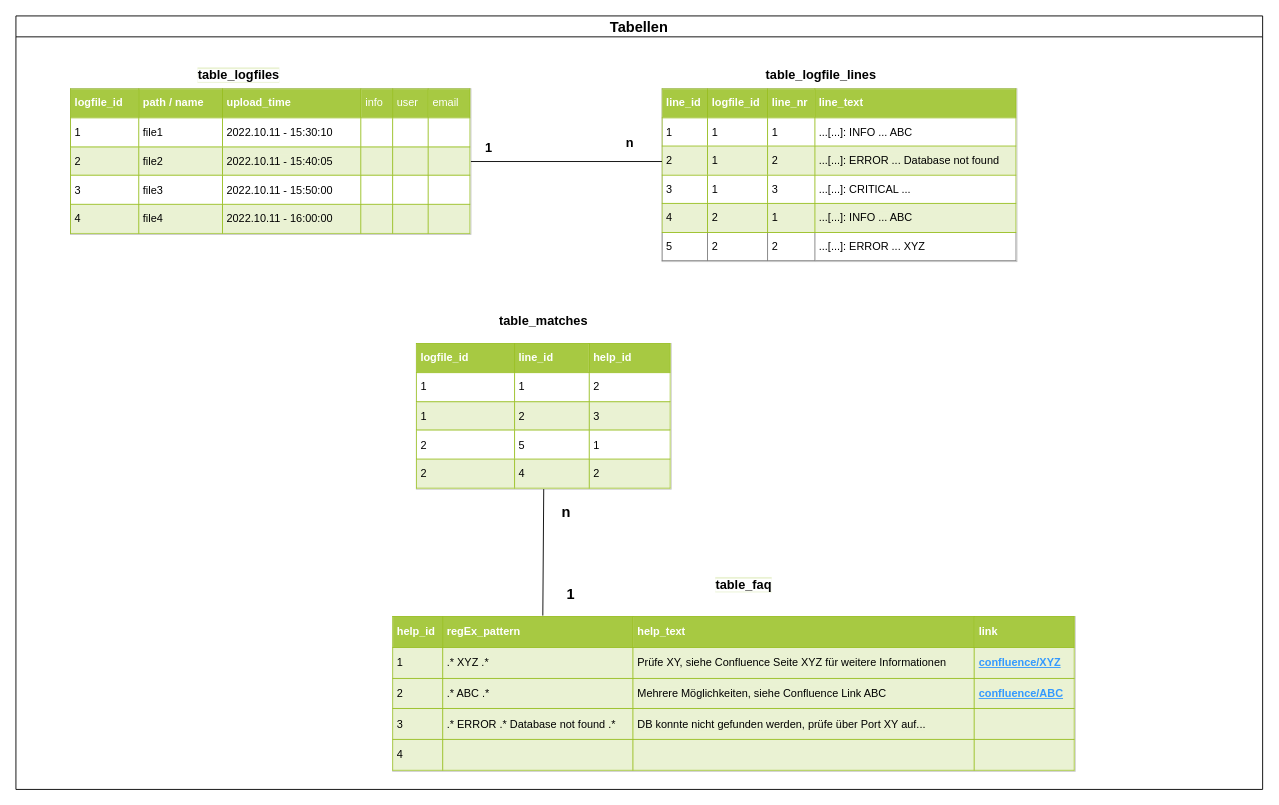
The draw.io diagram docs/drawio/LogFileAnalyzer - Tabellen.drawio in KevinSo91/CL_Task_FileUploader, before the edit. Source tidied: cells renumbered, new cells numbered last; positions are measured from the earlier drawing's top-left corner, leaving out a move shared by most shapes. Both pictures are drawn from the tidied source at 91%, with x=0, y=0 at pixel (15, 15).
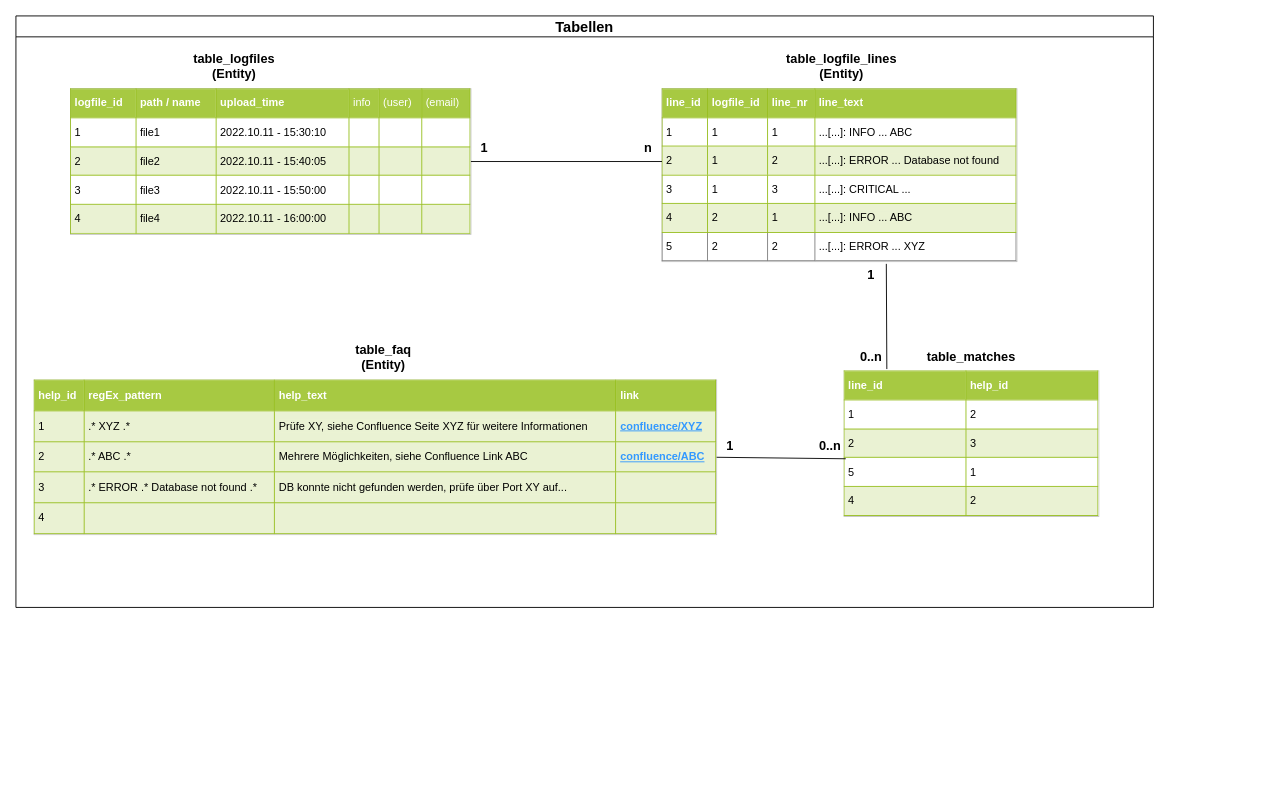
The same page after the edit.

What changed in the source:
```diff
@@
 <mxGraphModel>
   <root>
     <mxCell id="0" />
     <mxCell id="1" parent="0" />
     <mxCell id="2" value="Tabellen" style="swimlane;fontSize=16;" parent="1" vertex="1">
-      <mxGeometry width="1370" height="850" as="geometry" />
+      <mxGeometry width="1250" height="650" as="geometry" />
     </mxCell>
-    <mxCell id="3" value="&lt;table border=&quot;1&quot; width=&quot;100%&quot; height=&quot;100%&quot; cellpadding=&quot;4&quot; style=&quot;width:100%;height:100%;border-collapse:collapse;&quot;&gt;&lt;tbody&gt;&lt;tr style=&quot;background-color:#A7C942;color:#ffffff;border:1px solid #98bf21;&quot;&gt;&lt;th align=&quot;left&quot;&gt;logfile_id&lt;/th&gt;&lt;th align=&quot;left&quot;&gt;path / name&lt;/th&gt;&lt;th align=&quot;left&quot;&gt;upload_time&lt;/th&gt;&lt;td&gt;info&lt;/td&gt;&lt;td&gt;user&lt;/td&gt;&lt;td&gt;email&lt;/td&gt;&lt;/tr&gt;&lt;tr style=&quot;border:1px solid #98bf21;&quot;&gt;&lt;td&gt;1&lt;/td&gt;&lt;td&gt;file1&lt;/td&gt;&lt;td&gt;2022.10.11 - 15:30:10&lt;/td&gt;&lt;td&gt;&lt;br&gt;&lt;/td&gt;&lt;td&gt;&lt;br&gt;&lt;/td&gt;&lt;td&gt;&lt;br&gt;&lt;/td&gt;&lt;/tr&gt;&lt;tr style=&quot;background-color:#EAF2D3;border:1px solid #98bf21;&quot;&gt;&lt;td&gt;2&lt;/td&gt;&lt;td&gt;file2&lt;/td&gt;&lt;td&gt;&lt;span style=&quot;background-color: rgb(234, 242, 211);&quot;&gt;2022.10.11 - 15:40:05&lt;/span&gt;&lt;/td&gt;&lt;td&gt;&lt;br&gt;&lt;/td&gt;&lt;td&gt;&lt;br&gt;&lt;/td&gt;&lt;td&gt;&lt;br&gt;&lt;/td&gt;&lt;/tr&gt;&lt;tr style=&quot;border:1px solid #98bf21;&quot;&gt;&lt;td&gt;3&lt;/td&gt;&lt;td&gt;file3&lt;/td&gt;&lt;td&gt;2022.10.11 - 15:50:00&lt;/td&gt;&lt;td&gt;&lt;br&gt;&lt;/td&gt;&lt;td&gt;&lt;br&gt;&lt;/td&gt;&lt;td&gt;&lt;br&gt;&lt;/td&gt;&lt;/tr&gt;&lt;tr style=&quot;background-color:#EAF2D3;border:1px solid #98bf21;&quot;&gt;&lt;td&gt;4&lt;/td&gt;&lt;td&gt;file4&lt;/td&gt;&lt;td&gt;2022.10.11 - 16:00:00&lt;/td&gt;&lt;td&gt;&lt;br&gt;&lt;/td&gt;&lt;td&gt;&lt;br&gt;&lt;/td&gt;&lt;td&gt;&lt;br&gt;&lt;/td&gt;&lt;/tr&gt;&lt;/tbody&gt;&lt;/table&gt;" style="text;html=1;strokeColor=#c0c0c0;fillColor=#ffffff;overflow=fill;rounded=0;" parent="2" vertex="1">
+    <mxCell id="3" value="&lt;table border=&quot;1&quot; width=&quot;100%&quot; height=&quot;100%&quot; cellpadding=&quot;4&quot; style=&quot;width:100%;height:100%;border-collapse:collapse;&quot;&gt;&lt;tbody&gt;&lt;tr style=&quot;background-color:#A7C942;color:#ffffff;border:1px solid #98bf21;&quot;&gt;&lt;th align=&quot;left&quot;&gt;logfile_id&lt;/th&gt;&lt;th align=&quot;left&quot;&gt;path / name&lt;/th&gt;&lt;th align=&quot;left&quot;&gt;upload_time&lt;/th&gt;&lt;td&gt;info&lt;/td&gt;&lt;td&gt;(user)&lt;/td&gt;&lt;td&gt;(email)&lt;/td&gt;&lt;/tr&gt;&lt;tr style=&quot;border:1px solid #98bf21;&quot;&gt;&lt;td&gt;1&lt;/td&gt;&lt;td&gt;file1&lt;/td&gt;&lt;td&gt;2022.10.11 - 15:30:10&lt;/td&gt;&lt;td&gt;&lt;br&gt;&lt;/td&gt;&lt;td&gt;&lt;br&gt;&lt;/td&gt;&lt;td&gt;&lt;br&gt;&lt;/td&gt;&lt;/tr&gt;&lt;tr style=&quot;background-color:#EAF2D3;border:1px solid #98bf21;&quot;&gt;&lt;td&gt;2&lt;/td&gt;&lt;td&gt;file2&lt;/td&gt;&lt;td&gt;&lt;span style=&quot;background-color: rgb(234, 242, 211);&quot;&gt;2022.10.11 - 15:40:05&lt;/span&gt;&lt;/td&gt;&lt;td&gt;&lt;br&gt;&lt;/td&gt;&lt;td&gt;&lt;br&gt;&lt;/td&gt;&lt;td&gt;&lt;br&gt;&lt;/td&gt;&lt;/tr&gt;&lt;tr style=&quot;border:1px solid #98bf21;&quot;&gt;&lt;td&gt;3&lt;/td&gt;&lt;td&gt;file3&lt;/td&gt;&lt;td&gt;2022.10.11 - 15:50:00&lt;/td&gt;&lt;td&gt;&lt;br&gt;&lt;/td&gt;&lt;td&gt;&lt;br&gt;&lt;/td&gt;&lt;td&gt;&lt;br&gt;&lt;/td&gt;&lt;/tr&gt;&lt;tr style=&quot;background-color:#EAF2D3;border:1px solid #98bf21;&quot;&gt;&lt;td&gt;4&lt;/td&gt;&lt;td&gt;file4&lt;/td&gt;&lt;td&gt;2022.10.11 - 16:00:00&lt;/td&gt;&lt;td&gt;&lt;br&gt;&lt;/td&gt;&lt;td&gt;&lt;br&gt;&lt;/td&gt;&lt;td&gt;&lt;br&gt;&lt;/td&gt;&lt;/tr&gt;&lt;/tbody&gt;&lt;/table&gt;" style="text;html=1;strokeColor=#c0c0c0;fillColor=#ffffff;overflow=fill;rounded=0;" parent="2" vertex="1">
       <mxGeometry x="60" y="80" width="440" height="160" as="geometry" />
     </mxCell>
     <mxCell id="4" value="&lt;table border=&quot;1&quot; width=&quot;100%&quot; height=&quot;100%&quot; cellpadding=&quot;4&quot; style=&quot;width:100%;height:100%;border-collapse:collapse;&quot;&gt;&lt;tbody&gt;&lt;tr style=&quot;background-color:#A7C942;color:#ffffff;border:1px solid #98bf21;&quot;&gt;&lt;th align=&quot;left&quot;&gt;line_id&lt;/th&gt;&lt;th align=&quot;left&quot;&gt;logfile_id&lt;/th&gt;&lt;th align=&quot;left&quot;&gt;line_nr&lt;/th&gt;&lt;td&gt;&lt;span style=&quot;font-weight: 700;&quot;&gt;line_text&lt;/span&gt;&lt;br&gt;&lt;/td&gt;&lt;/tr&gt;&lt;tr style=&quot;border:1px solid #98bf21;&quot;&gt;&lt;td&gt;1&lt;/td&gt;&lt;td&gt;1&lt;/td&gt;&lt;td&gt;1&lt;/td&gt;&lt;td&gt;...[...]: INFO ... ABC&lt;br&gt;&lt;/td&gt;&lt;/tr&gt;&lt;tr style=&quot;background-color:#EAF2D3;border:1px solid #98bf21;&quot;&gt;&lt;td&gt;2&lt;/td&gt;&lt;td&gt;1&lt;/td&gt;&lt;td&gt;2&lt;/td&gt;&lt;td&gt;&lt;span style=&quot;background-color: rgb(234, 242, 211);&quot;&gt;...[...]: ERROR ... Database not found&lt;/span&gt;&lt;br&gt;&lt;/td&gt;&lt;/tr&gt;&lt;tr style=&quot;border:1px solid #98bf21;&quot;&gt;&lt;td&gt;3&lt;/td&gt;&lt;td&gt;1&lt;/td&gt;&lt;td&gt;3&lt;/td&gt;&lt;td&gt;...[...]: CRITICAL ...&lt;br&gt;&lt;/td&gt;&lt;/tr&gt;&lt;tr style=&quot;background-color:#EAF2D3;border:1px solid #98bf21;&quot;&gt;&lt;td&gt;4&lt;/td&gt;&lt;td&gt;2&lt;/td&gt;&lt;td&gt;1&lt;/td&gt;&lt;td&gt;&lt;span style=&quot;background-color: rgb(234, 242, 211);&quot;&gt;...[...]: INFO ... ABC&lt;/span&gt;&lt;br&gt;&lt;/td&gt;&lt;/tr&gt;&lt;tr&gt;&lt;td&gt;5&lt;/td&gt;&lt;td&gt;2&lt;/td&gt;&lt;td&gt;2&lt;/td&gt;&lt;td&gt;...[...]: ERROR ... XYZ&lt;br&gt;&lt;/td&gt;&lt;/tr&gt;&lt;/tbody&gt;&lt;/table&gt;" style="text;html=1;strokeColor=#c0c0c0;fillColor=#ffffff;overflow=fill;rounded=0;" parent="2" vertex="1">
       <mxGeometry x="710" y="80" width="390" height="190" as="geometry" />
     </mxCell>
-    <mxCell id="5" value="&lt;span style=&quot;background-color: rgb(255, 255, 255);&quot;&gt;&lt;font style=&quot;font-size: 14px;&quot;&gt;&lt;b&gt;table_logfiles&lt;/b&gt;&lt;/font&gt;&lt;/span&gt;" style="text;html=1;strokeColor=none;fillColor=none;align=center;verticalAlign=middle;whiteSpace=wrap;rounded=0;labelBackgroundColor=#EAF2D3;" parent="2" vertex="1">
-      <mxGeometry x="200" y="50" width="90" height="30" as="geometry" />
-    </mxCell>
-    <mxCell id="6" value="&lt;font style=&quot;font-size: 14px;&quot;&gt;&lt;b&gt;table_logfile_lines&lt;/b&gt;&lt;/font&gt;" style="text;html=1;strokeColor=none;fillColor=none;align=center;verticalAlign=middle;whiteSpace=wrap;rounded=0;labelBackgroundColor=#FFFFFF;" parent="2" vertex="1">
-      <mxGeometry x="830" y="50" width="110" height="30" as="geometry" />
-    </mxCell>
     <mxCell id="7" value="&lt;table border=&quot;1&quot; width=&quot;100%&quot; height=&quot;100%&quot; cellpadding=&quot;4&quot; style=&quot;width:100%;height:100%;border-collapse:collapse;&quot;&gt;&lt;tbody&gt;&lt;tr style=&quot;background-color:#A7C942;color:#ffffff;border:1px solid #98bf21;&quot;&gt;&lt;th align=&quot;left&quot;&gt;help_id&lt;/th&gt;&lt;th align=&quot;left&quot;&gt;regEx_pattern&lt;/th&gt;&lt;th align=&quot;left&quot;&gt;help_text&lt;/th&gt;&lt;td&gt;&lt;b&gt;link&lt;/b&gt;&lt;/td&gt;&lt;/tr&gt;&lt;tr style=&quot;border:1px solid #98bf21;&quot;&gt;&lt;td&gt;1&lt;/td&gt;&lt;td&gt;.* XYZ .*&lt;/td&gt;&lt;td&gt;&lt;span style=&quot;background-color: rgb(234, 242, 211);&quot;&gt;Prüfe XY, siehe Confluence Seite XYZ für weitere Informationen&lt;/span&gt;&lt;/td&gt;&lt;td&gt;&lt;font color=&quot;#3399ff&quot;&gt;&lt;u&gt;&lt;b&gt;confluence/XYZ&lt;/b&gt;&lt;/u&gt;&lt;/font&gt;&lt;/td&gt;&lt;/tr&gt;&lt;tr style=&quot;background-color:#EAF2D3;border:1px solid #98bf21;&quot;&gt;&lt;td&gt;2&lt;/td&gt;&lt;td&gt;.* ABC .*&lt;/td&gt;&lt;td&gt;&lt;span style=&quot;background-color: rgb(234, 242, 211);&quot;&gt;Mehrere Möglichkeiten, siehe Confluence Link ABC&lt;/span&gt;&lt;br&gt;&lt;/td&gt;&lt;td&gt;&lt;u style=&quot;color: rgb(51, 153, 255);&quot;&gt;&lt;b&gt;confluence/ABC&lt;/b&gt;&lt;/u&gt;&lt;br&gt;&lt;/td&gt;&lt;/tr&gt;&lt;tr style=&quot;border:1px solid #98bf21;&quot;&gt;&lt;td&gt;3&lt;/td&gt;&lt;td&gt;.* ERROR .* Database not found .*&lt;/td&gt;&lt;td&gt;&lt;span style=&quot;background-color: rgb(234, 242, 211);&quot;&gt;DB konnte nicht gefunden werden, prüfe über Port XY auf...&lt;/span&gt;&lt;/td&gt;&lt;td&gt;&lt;br&gt;&lt;/td&gt;&lt;/tr&gt;&lt;tr style=&quot;background-color:#EAF2D3;border:1px solid #98bf21;&quot;&gt;&lt;td&gt;4&lt;/td&gt;&lt;td&gt;&lt;/td&gt;&lt;td&gt;&lt;br&gt;&lt;/td&gt;&lt;td&gt;&lt;br&gt;&lt;/td&gt;&lt;/tr&gt;&lt;/tbody&gt;&lt;/table&gt;" style="text;html=1;strokeColor=#c0c0c0;fillColor=#ffffff;overflow=fill;rounded=0;labelBackgroundColor=#EAF2D3;" parent="2" vertex="1">
-      <mxGeometry x="414" y="660" width="750" height="170" as="geometry" />
+      <mxGeometry x="20" y="400" width="750" height="170" as="geometry" />
     </mxCell>
-    <mxCell id="8" value="&lt;span style=&quot;background-color: rgb(255, 255, 255);&quot;&gt;&lt;font style=&quot;font-size: 14px;&quot;&gt;&lt;b&gt;table_faq&lt;/b&gt;&lt;/font&gt;&lt;/span&gt;" style="text;html=1;strokeColor=none;fillColor=none;align=center;verticalAlign=middle;whiteSpace=wrap;rounded=0;labelBackgroundColor=#EAF2D3;" parent="2" vertex="1">
-      <mxGeometry x="770" y="610" width="60" height="30" as="geometry" />
-    </mxCell>
     <mxCell id="9" style="endArrow=none;html=1;rounded=0;fontColor=#000000;exitX=1;exitY=0.5;exitDx=0;exitDy=0;entryX=1;entryY=1;entryDx=0;entryDy=0;" parent="2" edge="1" source="3" target="11">
       <mxGeometry relative="1" as="geometry" />
     </mxCell>
     <mxCell id="10" value="&lt;b style=&quot;&quot;&gt;&lt;font style=&quot;font-size: 14px;&quot;&gt;1&lt;/font&gt;&lt;/b&gt;" style="text;html=1;strokeColor=none;fillColor=none;align=center;verticalAlign=middle;whiteSpace=wrap;rounded=0;labelBackgroundColor=#FFFFFF;fontColor=#000000;fontSize=12;" parent="2" vertex="1">
-      <mxGeometry x="490" y="130" width="60" height="30" as="geometry" />
+      <mxGeometry x="500" y="130" width="30" height="30" as="geometry" />
     </mxCell>
     <mxCell id="11" value="&lt;b&gt;&lt;font style=&quot;font-size: 14px;&quot;&gt;n&lt;/font&gt;&lt;/b&gt;" style="text;html=1;strokeColor=none;fillColor=none;align=center;verticalAlign=middle;whiteSpace=wrap;rounded=0;labelBackgroundColor=#FFFFFF;fontColor=#000000;" parent="2" vertex="1">
-      <mxGeometry x="640" y="120" width="70" height="40" as="geometry" />
+      <mxGeometry x="680" y="130" width="30" height="30" as="geometry" />
     </mxCell>
-    <mxCell id="12" value="&lt;table border=&quot;1&quot; width=&quot;100%&quot; height=&quot;100%&quot; cellpadding=&quot;4&quot; style=&quot;width:100%;height:100%;border-collapse:collapse;&quot;&gt;&lt;tbody&gt;&lt;tr style=&quot;background-color:#A7C942;color:#ffffff;border:1px solid #98bf21;&quot;&gt;&lt;th align=&quot;left&quot;&gt;logfile_id&lt;/th&gt;&lt;th align=&quot;left&quot;&gt;line_id&lt;/th&gt;&lt;th align=&quot;left&quot;&gt;help_id&lt;/th&gt;&lt;/tr&gt;&lt;tr style=&quot;border:1px solid #98bf21;&quot;&gt;&lt;td&gt;1&lt;/td&gt;&lt;td&gt;1&lt;/td&gt;&lt;td&gt;2&lt;/td&gt;&lt;/tr&gt;&lt;tr style=&quot;background-color:#EAF2D3;border:1px solid #98bf21;&quot;&gt;&lt;td&gt;1&lt;/td&gt;&lt;td&gt;2&lt;/td&gt;&lt;td&gt;3&lt;/td&gt;&lt;/tr&gt;&lt;tr style=&quot;border:1px solid #98bf21;&quot;&gt;&lt;td&gt;2&lt;/td&gt;&lt;td&gt;5&lt;/td&gt;&lt;td&gt;1&lt;/td&gt;&lt;/tr&gt;&lt;tr style=&quot;background-color:#EAF2D3;border:1px solid #98bf21;&quot;&gt;&lt;td&gt;2&lt;/td&gt;&lt;td&gt;4&lt;br&gt;&lt;/td&gt;&lt;td&gt;2&lt;/td&gt;&lt;/tr&gt;&lt;/tbody&gt;&lt;/table&gt;" style="text;html=1;strokeColor=#c0c0c0;fillColor=#ffffff;overflow=fill;rounded=0;labelBackgroundColor=#FFFFFF;fontColor=#000000;" parent="2" vertex="1">
-      <mxGeometry x="440" y="360" width="280" height="160" as="geometry" />
+    <mxCell id="12" value="&lt;table border=&quot;1&quot; width=&quot;100%&quot; height=&quot;100%&quot; cellpadding=&quot;4&quot; style=&quot;width:100%;height:100%;border-collapse:collapse;&quot;&gt;&lt;tbody&gt;&lt;tr style=&quot;background-color:#A7C942;color:#ffffff;border:1px solid #98bf21;&quot;&gt;&lt;th align=&quot;left&quot;&gt;line_id&lt;/th&gt;&lt;th align=&quot;left&quot;&gt;help_id&lt;/th&gt;&lt;/tr&gt;&lt;tr style=&quot;border:1px solid #98bf21;&quot;&gt;&lt;td&gt;1&lt;/td&gt;&lt;td&gt;2&lt;/td&gt;&lt;/tr&gt;&lt;tr style=&quot;background-color:#EAF2D3;border:1px solid #98bf21;&quot;&gt;&lt;td&gt;2&lt;/td&gt;&lt;td&gt;3&lt;/td&gt;&lt;/tr&gt;&lt;tr style=&quot;border:1px solid #98bf21;&quot;&gt;&lt;td&gt;5&lt;/td&gt;&lt;td&gt;1&lt;/td&gt;&lt;/tr&gt;&lt;tr style=&quot;background-color:#EAF2D3;border:1px solid #98bf21;&quot;&gt;&lt;td&gt;4&lt;br&gt;&lt;/td&gt;&lt;td&gt;2&lt;/td&gt;&lt;/tr&gt;&lt;/tbody&gt;&lt;/table&gt;" style="text;html=1;strokeColor=#c0c0c0;fillColor=#ffffff;overflow=fill;rounded=0;labelBackgroundColor=#FFFFFF;fontColor=#000000;" parent="2" vertex="1">
+      <mxGeometry x="910" y="390" width="280" height="160" as="geometry" />
     </mxCell>
-    <mxCell id="13" style="endArrow=none;html=1;rounded=0;fontColor=#000000;exitX=0.22;exitY=-0.006;exitDx=0;exitDy=0;exitPerimeter=0;entryX=0.5;entryY=1;entryDx=0;entryDy=0;" parent="2" edge="1" source="7" target="12">
+    <mxCell id="13" style="endArrow=none;html=1;rounded=0;fontColor=#000000;entryX=0.007;entryY=0.604;entryDx=0;entryDy=0;entryPerimeter=0;exitX=1;exitY=0.5;exitDx=0;exitDy=0;" parent="2" edge="1" source="7" target="12">
       <mxGeometry relative="1" as="geometry" />
     </mxCell>
     <mxCell id="14" value="&lt;b&gt;&lt;font style=&quot;font-size: 14px;&quot;&gt;table_matches&lt;/font&gt;&lt;/b&gt;" style="text;html=1;strokeColor=none;fillColor=none;align=center;verticalAlign=middle;whiteSpace=wrap;rounded=0;labelBackgroundColor=#FFFFFF;fontColor=#000000;" parent="2" vertex="1">
-      <mxGeometry x="530" y="320" width="100" height="30" as="geometry" />
+      <mxGeometry x="1000" y="360" width="100" height="30" as="geometry" />
     </mxCell>
-    <mxCell id="15" value="&lt;b&gt;1&lt;/b&gt;" style="text;html=1;strokeColor=none;fillColor=none;align=center;verticalAlign=middle;whiteSpace=wrap;rounded=0;labelBackgroundColor=#FFFFFF;fontSize=16;fontColor=#000000;" parent="2" vertex="1">
-      <mxGeometry x="580" y="620" width="60" height="30" as="geometry" />
-    </mxCell>
-    <mxCell id="16" value="&lt;b&gt;n&lt;/b&gt;" style="text;html=1;strokeColor=none;fillColor=none;align=center;verticalAlign=middle;whiteSpace=wrap;rounded=0;labelBackgroundColor=#FFFFFF;fontSize=16;fontColor=#000000;" parent="2" vertex="1">
-      <mxGeometry x="580" y="530" width="50" height="30" as="geometry" />
-    </mxCell>
+    <mxCell id="17" style="endArrow=none;html=1;rounded=0;entryX=0.632;entryY=1.013;entryDx=0;entryDy=0;exitX=0.168;exitY=-0.012;exitDx=0;exitDy=0;exitPerimeter=0;entryPerimeter=0;" parent="2" edge="1" source="12" target="4">
+      <mxGeometry relative="1" as="geometry" />
+    </mxCell>
+    <mxCell id="18" value="&lt;font style=&quot;font-size: 14px;&quot;&gt;&lt;b&gt;1&lt;/b&gt;&lt;/font&gt;" style="text;html=1;strokeColor=none;fillColor=none;align=center;verticalAlign=middle;whiteSpace=wrap;rounded=0;" parent="2" vertex="1">
+      <mxGeometry x="925" y="270" width="30" height="30" as="geometry" />
+    </mxCell>
+    <mxCell id="19" value="&lt;font style=&quot;font-size: 14px;&quot;&gt;&lt;b&gt;0..n&lt;/b&gt;&lt;/font&gt;" style="text;html=1;strokeColor=none;fillColor=none;align=center;verticalAlign=middle;whiteSpace=wrap;rounded=0;fontSize=14;" parent="2" vertex="1">
+      <mxGeometry x="925" y="360" width="30" height="30" as="geometry" />
+    </mxCell>
+    <mxCell id="20" value="&lt;b&gt;0..n&lt;/b&gt;" style="text;html=1;strokeColor=none;fillColor=none;align=center;verticalAlign=middle;whiteSpace=wrap;rounded=0;fontSize=14;" parent="2" vertex="1">
+      <mxGeometry x="880" y="460" width="30" height="25" as="geometry" />
+    </mxCell>
+    <mxCell id="21" value="&lt;font style=&quot;font-size: 14px;&quot;&gt;&lt;b&gt;1&lt;/b&gt;&lt;/font&gt;" style="text;html=1;strokeColor=none;fillColor=none;align=center;verticalAlign=middle;whiteSpace=wrap;rounded=0;" parent="2" vertex="1">
+      <mxGeometry x="770" y="460" width="30" height="25" as="geometry" />
+    </mxCell>
+    <mxCell id="22" value="&lt;font style=&quot;font-size: 14px;&quot;&gt;&lt;b&gt;table_logfiles&lt;br&gt;(Entity)&lt;br&gt;&lt;/b&gt;&lt;/font&gt;" style="text;html=1;strokeColor=none;fillColor=none;align=center;verticalAlign=middle;whiteSpace=wrap;rounded=0;labelBackgroundColor=#FFFFFF;fontSize=14;" parent="2" vertex="1">
+      <mxGeometry x="190" y="40" width="100" height="30" as="geometry" />
+    </mxCell>
+    <mxCell id="23" value="&lt;font style=&quot;font-size: 14px;&quot;&gt;&lt;b&gt;table_logfile_lines&lt;br&gt;(Entity)&lt;br&gt;&lt;/b&gt;&lt;/font&gt;" style="text;html=1;strokeColor=none;fillColor=none;align=center;verticalAlign=middle;whiteSpace=wrap;rounded=0;labelBackgroundColor=#FFFFFF;fontSize=14;" parent="2" vertex="1">
+      <mxGeometry x="845" y="40" width="125" height="30" as="geometry" />
+    </mxCell>
+    <mxCell id="24" value="&lt;font style=&quot;font-size: 14px;&quot;&gt;&lt;b&gt;table_faq&lt;br&gt;(Entity)&lt;br&gt;&lt;/b&gt;&lt;/font&gt;" style="text;html=1;strokeColor=none;fillColor=none;align=center;verticalAlign=middle;whiteSpace=wrap;rounded=0;labelBackgroundColor=#FFFFFF;fontSize=14;" parent="2" vertex="1">
+      <mxGeometry x="354" y="360" width="100" height="30" as="geometry" />
+    </mxCell>
   </root>
 </mxGraphModel>
```
